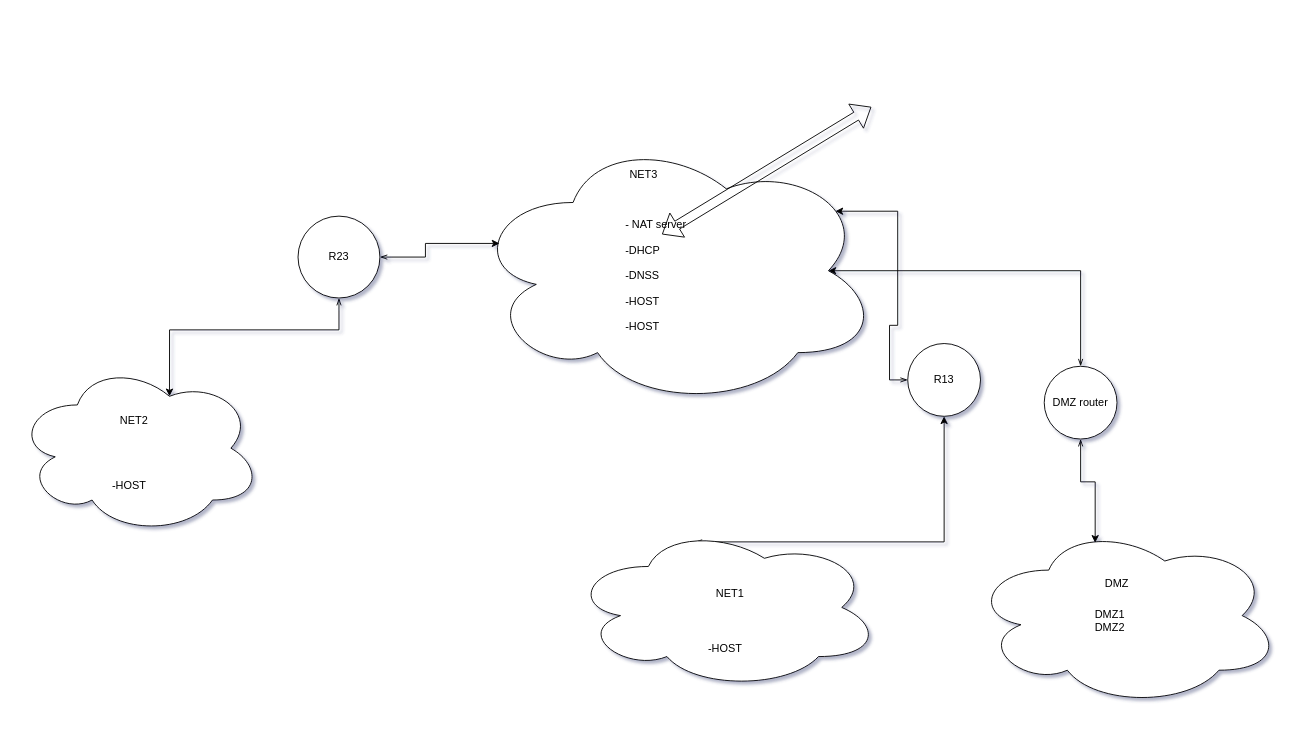
Above: task5_network.drawio in spspider/TestRepository (draw.io), before the change. Source tidied: cells renumbered, new cells numbered last; positions are measured from the earlier drawing's top-left corner, leaving out a move shared by most shapes. Both pictures are drawn from the tidied source at 91%, with x=0, y=0 at pixel (15, 106).
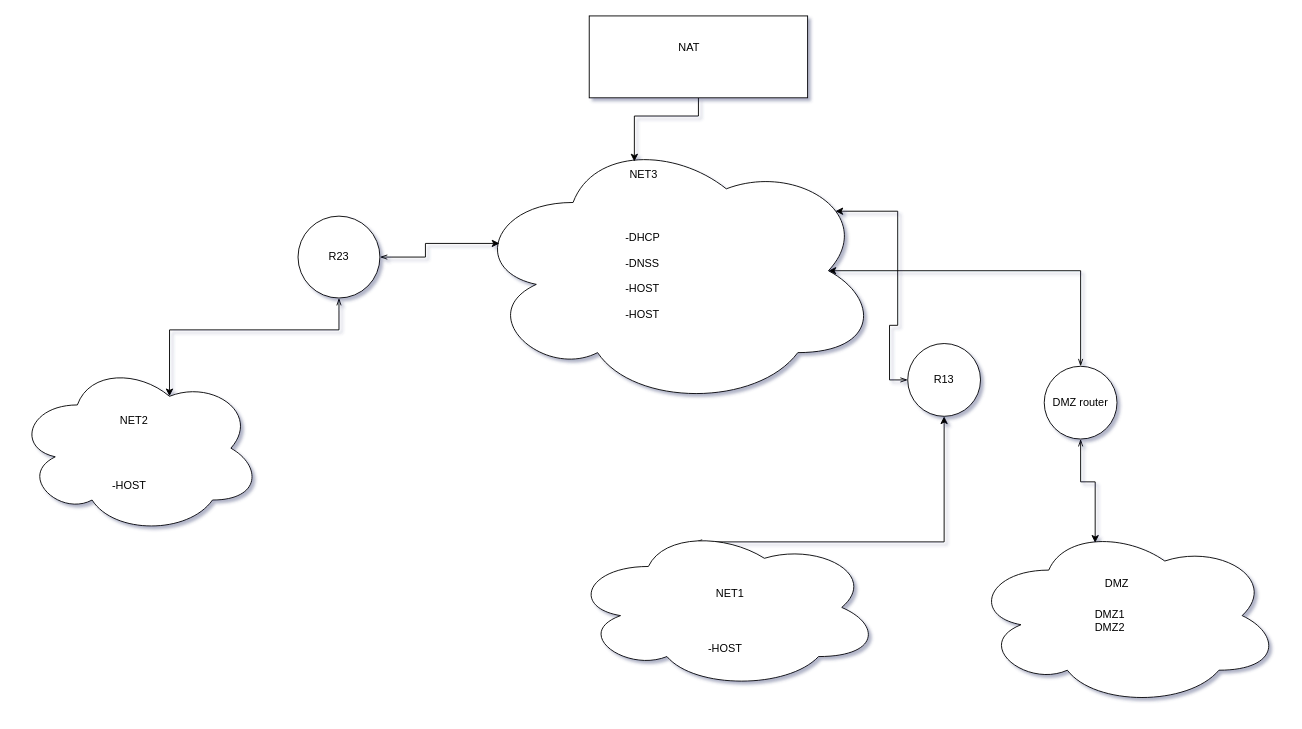
After the change.

The change refers to these unchanged cells:
```xml
<mxCell id="2" style="ellipse;shape=cloud;whiteSpace=wrap;html=1;" parent="1" vertex="1">
  <mxGeometry x="500" y="30" width="449" height="300" as="geometry" />
</mxCell>
```

What changed in the source:
```diff
@@
-    <mxCell id="9" value="- NAT server&#10;&#10;-DHCP&#10;&#10;-DNSS&#10;&#10;-HOST&#10;&#10;-HOST" style="text;strokeColor=none;fillColor=none;align=left;verticalAlign=middle;spacingLeft=4;spacingRight=4;overflow=hidden;" parent="1" vertex="1">
+    <mxCell id="9" value="-DHCP&#10;&#10;-DNSS&#10;&#10;-HOST&#10;&#10;-HOST" style="text;strokeColor=none;fillColor=none;align=left;verticalAlign=middle;spacingLeft=4;spacingRight=4;overflow=hidden;" parent="1" vertex="1">
       <mxGeometry x="664" y="90" width="126" height="190" as="geometry" />
     </mxCell>
@@
-    <mxCell id="24" style="shape=flexArrow;endArrow=classic;startArrow=classic;html=1;rounded=0;" parent="1" edge="1">
-      <mxGeometry relative="1" as="geometry">
-        <mxPoint x="710" y="140" as="sourcePoint" />
-        <mxPoint x="940" as="targetPoint" />
-      </mxGeometry>
-    </mxCell>
+    <mxCell id="25" style="edgeStyle=orthogonalEdgeStyle;rounded=0;jettySize=auto;html=1;exitX=0.5;exitY=1;exitDx=0;exitDy=0;entryX=0.4;entryY=0.1;entryDx=0;entryDy=0;entryPerimeter=0;" parent="1" edge="1" source="26" target="2">
+      <mxGeometry relative="1" as="geometry" />
+    </mxCell>
+    <mxCell id="26" style="rounded=0;whiteSpace=wrap;html=1;" parent="1" vertex="1">
+      <mxGeometry x="630" y="-100" width="240" height="90" as="geometry" />
+    </mxCell>
+    <mxCell id="27" value="NAT" style="text;html=1;strokeColor=none;fillColor=none;align=center;verticalAlign=middle;whiteSpace=wrap;rounded=0;" parent="1" vertex="1">
+      <mxGeometry x="710" y="-80" width="60" height="30" as="geometry" />
+    </mxCell>
```
